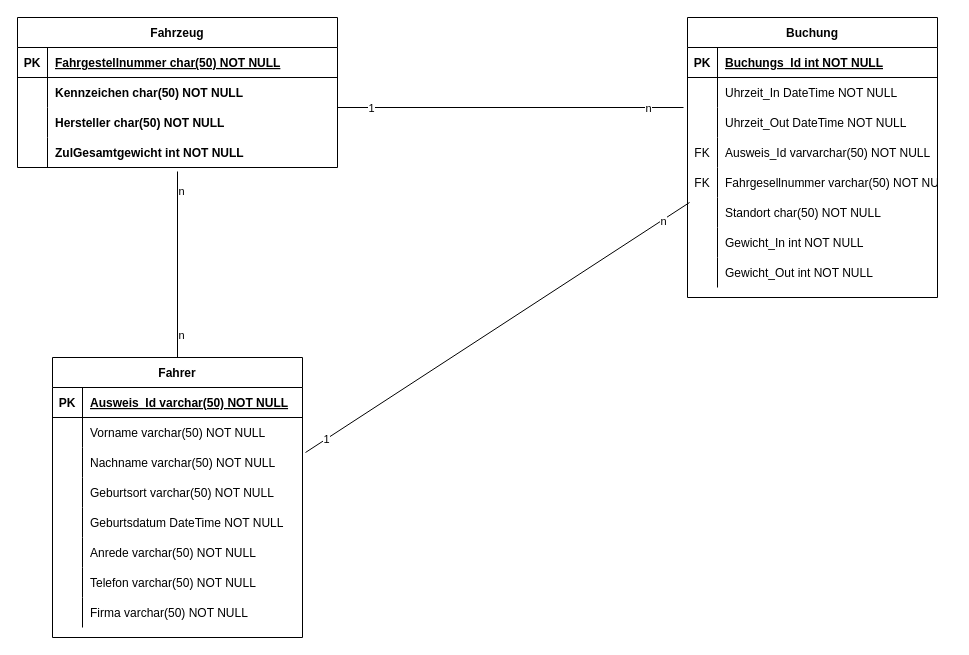
Earlier version of the draw.io diagram Dokumente/Database_Er.drawio (sg-app/CGateMetrics). Source tidied: cells renumbered, new cells numbered last; positions are measured from the earlier drawing's top-left corner, leaving out a move shared by most shapes. Both pictures are drawn from the tidied source at 100%, with x=0, y=0 at pixel (17, 17).
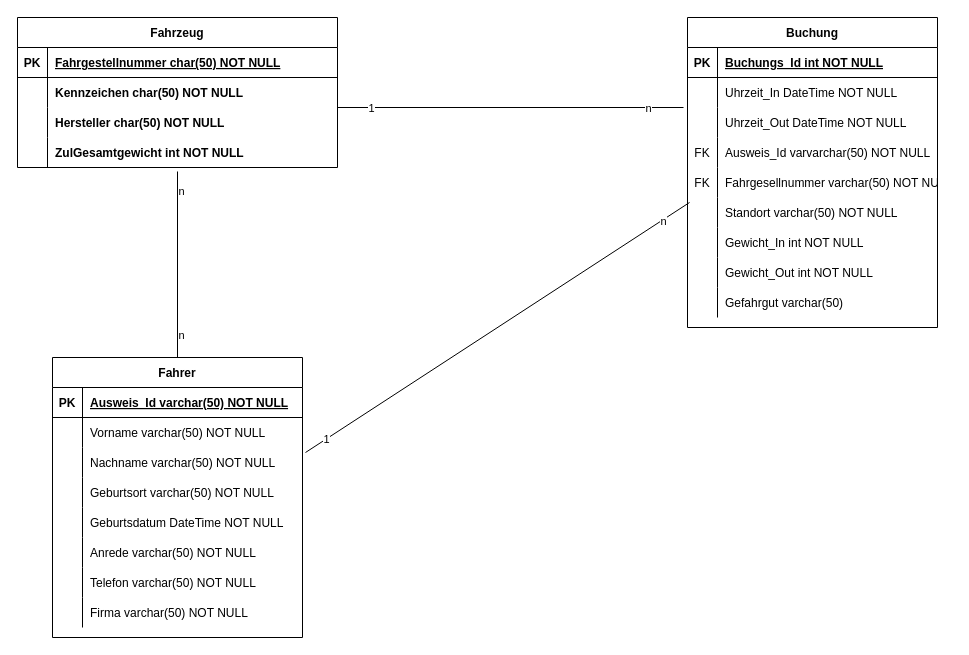
The same page after the edit.

Unchanged cells that the change refers to:
```xml
<mxCell id="43" style="shape=partialRectangle;fillColor=none;points=[[0,0.5],[1,0.5]];portConstraint=eastwest;top=0;left=0;right=0;bottom=0;" parent="27" vertex="1">
  <mxGeometry y="180" width="250" height="30" as="geometry" />
</mxCell>
```

Change to the diagram source:
```diff
@@
     <mxCell id="27" value="Buchung" style="shape=table;startSize=30;childLayout=tableLayout;rowLines=0;fontStyle=1;align=center;" parent="1" vertex="1">
-      <mxGeometry x="670" width="250" height="280" as="geometry" />
+      <mxGeometry x="670" width="250" height="310" as="geometry" />
     </mxCell>
@@
-    <mxCell id="45" value="Standort char(50) NOT NULL" style="shape=partialRectangle;overflow=hidden;fillColor=none;top=0;left=0;bottom=0;right=0;align=left;spacingLeft=6;" parent="43" vertex="1">
+    <mxCell id="45" value="Standort varchar(50) NOT NULL" style="shape=partialRectangle;overflow=hidden;fillColor=none;top=0;left=0;bottom=0;right=0;align=left;spacingLeft=6;" parent="43" vertex="1">
       <mxGeometry x="30" width="220" height="30" as="geometry" />
     </mxCell>
@@
+    <mxCell id="74" style="shape=partialRectangle;fillColor=none;top=0;left=0;right=0;bottom=0;" parent="27" vertex="1">
+      <mxGeometry y="270" width="250" height="30" as="geometry" />
+    </mxCell>
+    <mxCell id="75" style="shape=partialRectangle;overflow=hidden;fillColor=none;top=0;left=0;bottom=0;right=0;" parent="74" vertex="1">
+      <mxGeometry width="30" height="30" as="geometry" />
+    </mxCell>
+    <mxCell id="76" value="Gefahrgut varchar(50) " style="shape=partialRectangle;overflow=hidden;fillColor=none;top=0;left=0;bottom=0;right=0;align=left;spacingLeft=6;" parent="74" vertex="1">
+      <mxGeometry x="30" width="220" height="30" as="geometry" />
+    </mxCell>
```
